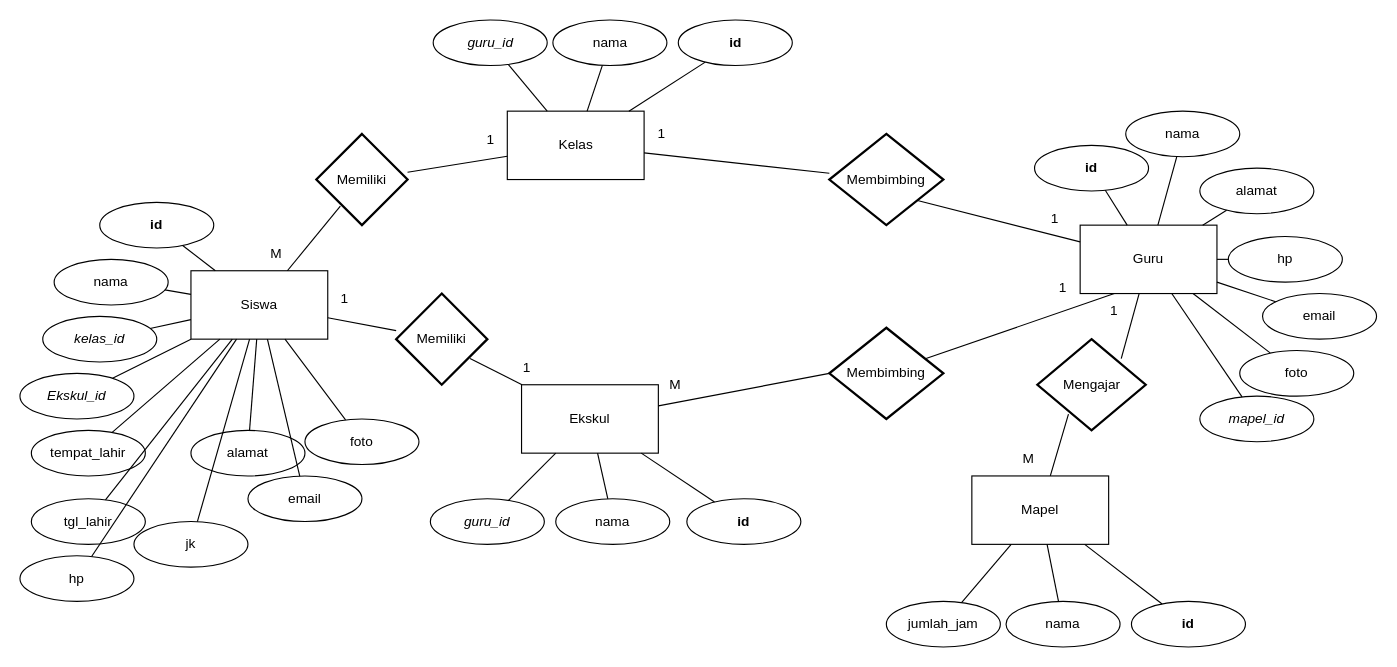
Earlier version of the draw.io diagram page "Page-1" (1 of 2) of Formatif-db.drawio (din-jalaludin/belajar-perancangan). Source tidied: cells renumbered, new cells numbered last; positions are measured from the earlier drawing's top-left corner, leaving out a move shared by most shapes. Both pictures are drawn from the tidied source at 114%, with x=0, y=0 at pixel (19, 19).
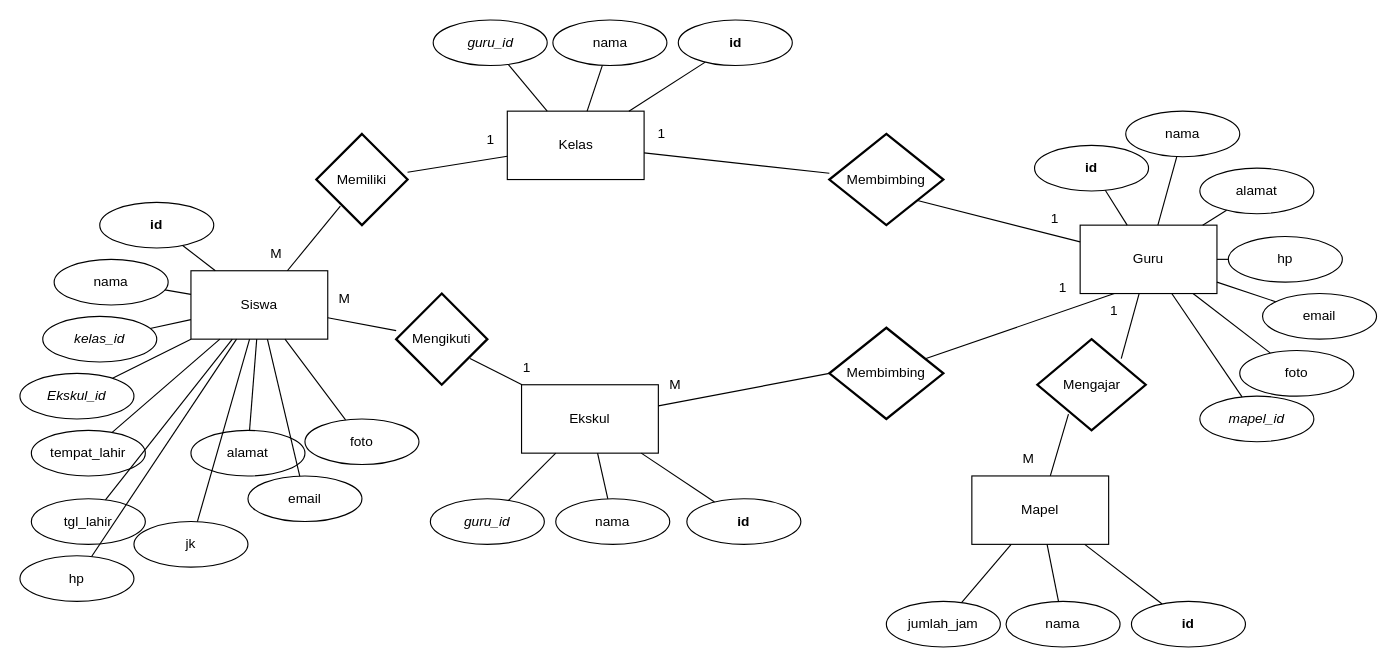
After the change.

What changed in the source:
```diff
@@
-    <mxCell id="62" value="Memiliki" style="strokeWidth=2;html=1;shape=mxgraph.flowchart.decision;whiteSpace=wrap;" parent="1" vertex="1">
+    <mxCell id="62" value="Mengikuti" style="strokeWidth=2;html=1;shape=mxgraph.flowchart.decision;whiteSpace=wrap;" parent="1" vertex="1">
       <mxGeometry x="330" y="240" width="80" height="80" as="geometry" />
     </mxCell>
@@
-    <mxCell id="78" value="1" style="text;html=1;whiteSpace=wrap;strokeColor=none;fillColor=none;align=center;verticalAlign=middle;rounded=0;" parent="1" vertex="1">
+    <mxCell id="78" value="M" style="text;html=1;whiteSpace=wrap;strokeColor=none;fillColor=none;align=center;verticalAlign=middle;rounded=0;" parent="1" vertex="1">
       <mxGeometry x="270" y="230" width="30" height="30" as="geometry" />
     </mxCell>
```
